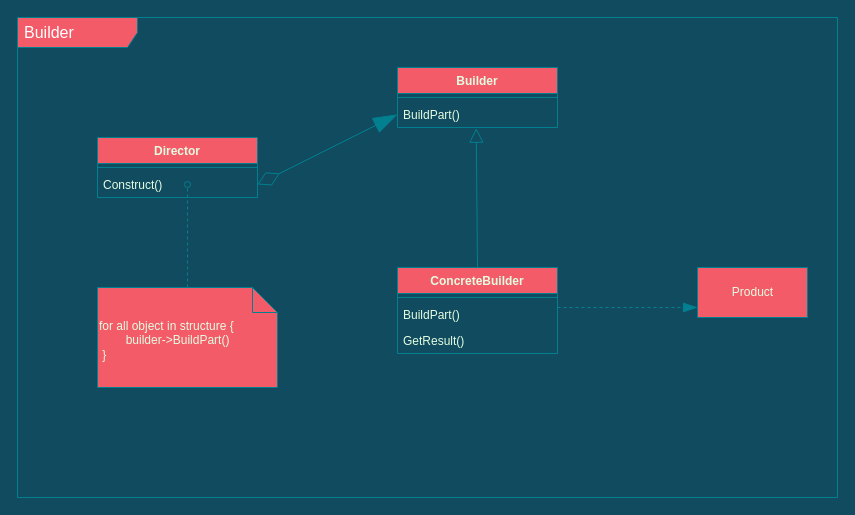
Above: rhca.drawio in fanyixuanf/rhca (draw.io), before the change. Source tidied: cells renumbered, new cells numbered last; positions are measured from the earlier drawing's top-left corner, leaving out a move shared by most shapes. Both pictures are drawn from the tidied source at 100%, with x=0, y=0 at pixel (17, 17).
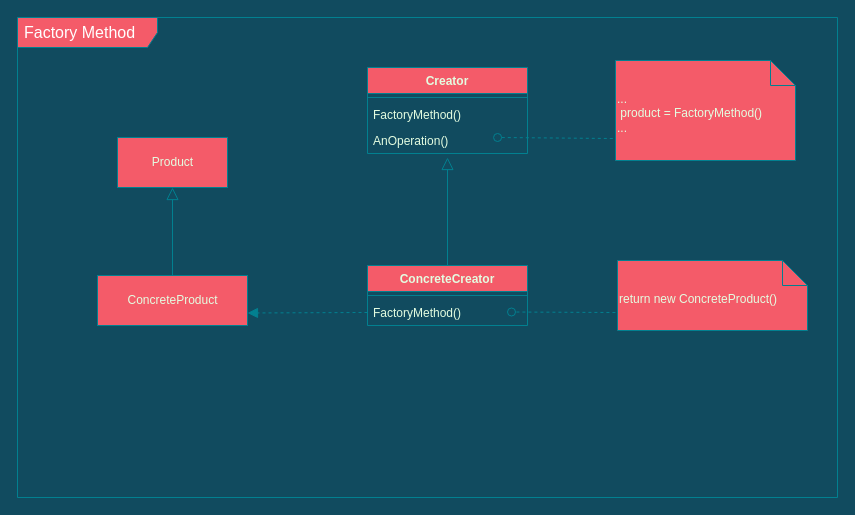
The same page after the edit.

Commit message (it also covers changes not shown here):
factory method func

What changed in the source:
```diff
@@
-    <mxCell id="2" value="&lt;span style=&quot;font-size: 16px&quot;&gt;&lt;font color=&quot;#ffffff&quot;&gt;Builder&lt;/font&gt;&lt;/span&gt;" style="shape=umlFrame;whiteSpace=wrap;html=1;width=120;height=30;boundedLbl=1;verticalAlign=middle;align=left;spacingLeft=5;fillColor=#F45B69;strokeColor=#028090;fontColor=#E4FDE1;" parent="1" vertex="1">
+    <mxCell id="2" value="&lt;span style=&quot;font-size: 16px&quot;&gt;&lt;font color=&quot;#ffffff&quot;&gt;Factory Method&lt;/font&gt;&lt;/span&gt;" style="shape=umlFrame;whiteSpace=wrap;html=1;width=140;height=30;boundedLbl=1;verticalAlign=middle;align=left;spacingLeft=5;fillColor=#F45B69;strokeColor=#028090;fontColor=#E4FDE1;" parent="1" vertex="1">
       <mxGeometry width="820" height="480" as="geometry" />
     </mxCell>
-    <mxCell id="3" value="Director" style="swimlane;fontStyle=1;align=center;verticalAlign=top;horizontal=1;startSize=26;fillColor=#F45B69;strokeColor=#028090;fontColor=#E4FDE1;" parent="1" vertex="1">
-      <mxGeometry x="80" y="120" width="160" height="60" as="geometry" />
-    </mxCell>
-    <mxCell id="4" style="line;strokeWidth=1;fillColor=none;align=left;verticalAlign=middle;spacingTop=-1;spacingLeft=3;spacingRight=3;labelPosition=right;labelBackgroundColor=#114B5F;strokeColor=#028090;fontColor=#E4FDE1;" parent="3" vertex="1">
-      <mxGeometry y="26" width="160" height="8" as="geometry" />
-    </mxCell>
-    <mxCell id="5" value="Construct()" style="text;strokeColor=none;fillColor=none;align=left;verticalAlign=top;spacingLeft=4;spacingRight=4;overflow=hidden;points=[[0,0.5],[1,0.5]];portConstraint=eastwest;fontColor=#E4FDE1;" parent="3" vertex="1">
-      <mxGeometry y="34" width="160" height="26" as="geometry" />
-    </mxCell>
-    <mxCell id="6" value="Builder" style="swimlane;fontStyle=1;align=center;verticalAlign=top;horizontal=1;startSize=26;fillColor=#F45B69;strokeColor=#028090;fontColor=#E4FDE1;" parent="1" vertex="1">
-      <mxGeometry x="380" y="50" width="160" height="60" as="geometry" />
+    <mxCell id="6" value="Creator" style="swimlane;fontStyle=1;align=center;verticalAlign=top;horizontal=1;startSize=26;fillColor=#F45B69;strokeColor=#028090;fontColor=#E4FDE1;" parent="1" vertex="1">
+      <mxGeometry x="350" y="50" width="160" height="86" as="geometry" />
     </mxCell>
-    <mxCell id="7" style="line;strokeWidth=1;fillColor=none;align=left;verticalAlign=middle;spacingTop=-1;spacingLeft=3;spacingRight=3;labelPosition=right;labelBackgroundColor=#114B5F;strokeColor=#028090;fontColor=#E4FDE1;" parent="6" vertex="1">
+    <mxCell id="7" style="line;strokeWidth=1;fillColor=none;align=left;verticalAlign=middle;spacingTop=-1;spacingLeft=3;spacingRight=3;labelPosition=right;strokeColor=#028090;fontColor=#E4FDE1;labelBackgroundColor=#114B5F;" parent="6" vertex="1">
       <mxGeometry y="26" width="160" height="8" as="geometry" />
     </mxCell>
-    <mxCell id="8" value="BuildPart()" style="text;strokeColor=none;fillColor=none;align=left;verticalAlign=top;spacingLeft=4;spacingRight=4;overflow=hidden;points=[[0,0.5],[1,0.5]];portConstraint=eastwest;fontColor=#E4FDE1;" parent="6" vertex="1">
+    <mxCell id="8" value="FactoryMethod()" style="text;strokeColor=none;fillColor=none;align=left;verticalAlign=top;spacingLeft=4;spacingRight=4;overflow=hidden;points=[[0,0.5],[1,0.5]];portConstraint=eastwest;fontColor=#E4FDE1;" parent="6" vertex="1">
       <mxGeometry y="34" width="160" height="26" as="geometry" />
     </mxCell>
+    <mxCell id="19" value="AnOperation()" style="text;strokeColor=none;fillColor=none;align=left;verticalAlign=top;spacingLeft=4;spacingRight=4;overflow=hidden;points=[[0,0.5],[1,0.5]];portConstraint=eastwest;fontColor=#E4FDE1;" parent="6" vertex="1">
+      <mxGeometry y="60" width="160" height="26" as="geometry" />
+    </mxCell>
-    <mxCell id="9" value="ConcreteBuilder" style="swimlane;fontStyle=1;align=center;verticalAlign=top;horizontal=1;startSize=26;fillColor=#F45B69;strokeColor=#028090;fontColor=#E4FDE1;" parent="1" vertex="1">
-      <mxGeometry x="380" y="250" width="160" height="86" as="geometry" />
+    <mxCell id="9" value="ConcreteCreator" style="swimlane;fontStyle=1;align=center;verticalAlign=top;horizontal=1;startSize=26;fillColor=#F45B69;strokeColor=#028090;fontColor=#E4FDE1;" parent="1" vertex="1">
+      <mxGeometry x="350" y="248" width="160" height="60" as="geometry" />
     </mxCell>
-    <mxCell id="10" style="line;strokeWidth=1;fillColor=none;align=left;verticalAlign=middle;spacingTop=-1;spacingLeft=3;spacingRight=3;labelPosition=right;labelBackgroundColor=#114B5F;strokeColor=#028090;fontColor=#E4FDE1;" parent="9" vertex="1">
+    <mxCell id="10" style="line;strokeWidth=1;fillColor=none;align=left;verticalAlign=middle;spacingTop=-1;spacingLeft=3;spacingRight=3;labelPosition=right;strokeColor=#028090;fontColor=#E4FDE1;labelBackgroundColor=#114B5F;" parent="9" vertex="1">
       <mxGeometry y="26" width="160" height="8" as="geometry" />
     </mxCell>
+    <mxCell id="20" style="endArrow=oval;dashed=1;endFill=0;endSize=8;html=1;rounded=0;exitX=-0.011;exitY=0.743;exitDx=0;exitDy=0;exitPerimeter=0;labelBackgroundColor=#114B5F;strokeColor=#028090;fontColor=#E4FDE1;" parent="9" edge="1" source="14">
+      <mxGeometry relative="1" as="geometry">
+        <mxPoint x="144" y="46.5" as="targetPoint" />
+      </mxGeometry>
+    </mxCell>
-    <mxCell id="11" value="BuildPart()" style="text;strokeColor=none;fillColor=none;align=left;verticalAlign=top;spacingLeft=4;spacingRight=4;overflow=hidden;points=[[0,0.5],[1,0.5]];portConstraint=eastwest;fontColor=#E4FDE1;" parent="9" vertex="1">
+    <mxCell id="11" value="FactoryMethod()" style="text;strokeColor=none;fillColor=none;align=left;verticalAlign=top;spacingLeft=4;spacingRight=4;overflow=hidden;points=[[0,0.5],[1,0.5]];portConstraint=eastwest;fontColor=#E4FDE1;" parent="9" vertex="1">
       <mxGeometry y="34" width="160" height="26" as="geometry" />
     </mxCell>
-    <mxCell id="12" value="GetResult()" style="text;strokeColor=none;fillColor=none;align=left;verticalAlign=top;spacingLeft=4;spacingRight=4;overflow=hidden;fontColor=#E4FDE1;" parent="9" vertex="1">
-      <mxGeometry y="60" width="160" height="26" as="geometry" />
-    </mxCell>
     <mxCell id="13" value="Product" style="html=1;rounded=0;sketch=0;fontColor=#E4FDE1;strokeColor=#028090;fillColor=#F45B69;" parent="1" vertex="1">
-      <mxGeometry x="680" y="250" width="110" height="50" as="geometry" />
+      <mxGeometry x="100" y="120" width="110" height="50" as="geometry" />
     </mxCell>
-    <mxCell id="14" value="for all object in structure {&lt;br&gt;&lt;span style=&quot;white-space: pre&quot;&gt;&#9;&lt;/span&gt;builder-&amp;gt;BuildPart()&lt;br&gt;&amp;nbsp;}" style="shape=note2;boundedLbl=1;whiteSpace=wrap;html=1;size=25;verticalAlign=top;align=left;rounded=0;sketch=0;fontColor=#E4FDE1;strokeColor=#028090;fillColor=#F45B69;" parent="1" vertex="1">
-      <mxGeometry x="80" y="270" width="180" height="100" as="geometry" />
+    <mxCell id="14" value="return new ConcreteProduct()" style="shape=note2;boundedLbl=1;whiteSpace=wrap;html=1;size=25;verticalAlign=top;align=left;rounded=0;sketch=0;fontColor=#E4FDE1;strokeColor=#028090;fillColor=#F45B69;" parent="1" vertex="1">
+      <mxGeometry x="600" y="243" width="190" height="70" as="geometry" />
     </mxCell>
-    <mxCell id="15" style="endArrow=block;endFill=0;endSize=12;html=1;rounded=1;sketch=0;fontColor=#E4FDE1;strokeColor=#028090;fillColor=#F45B69;curved=0;exitX=0.5;exitY=0;exitDx=0;exitDy=0;entryX=0.492;entryY=1.026;entryDx=0;entryDy=0;entryPerimeter=0;" parent="1" edge="1" source="9" target="8">
-      <mxGeometry relative="1" as="geometry" />
-    </mxCell>
-    <mxCell id="16" style="endArrow=blockThin;dashed=1;endFill=1;endSize=12;html=1;rounded=1;sketch=0;fontColor=#E4FDE1;strokeColor=#028090;fillColor=#F45B69;curved=0;" parent="1" edge="1">
-      <mxGeometry relative="1" as="geometry">
-        <mxPoint x="540" y="290" as="sourcePoint" />
-        <mxPoint x="680" y="290" as="targetPoint" />
-      </mxGeometry>
-    </mxCell>
-    <mxCell id="17" style="html=1;verticalAlign=bottom;labelBackgroundColor=none;endArrow=oval;endFill=0;dashed=1;rounded=1;sketch=0;fontColor=#E4FDE1;strokeColor=#028090;fillColor=#F45B69;curved=0;exitX=0.5;exitY=0;exitDx=0;exitDy=0;exitPerimeter=0;" parent="1" edge="1" source="14">
-      <mxGeometry relative="1" as="geometry">
-        <mxPoint x="170" y="167" as="targetPoint" />
-      </mxGeometry>
-    </mxCell>
-    <mxCell id="18" style="endArrow=blockThin;startArrow=diamondThin;endFill=1;startFill=0;endSize=22;html=1;rounded=1;sketch=0;fontColor=#E4FDE1;strokeColor=#028090;fillColor=#F45B69;curved=0;startSize=22;exitX=1;exitY=0.5;exitDx=0;exitDy=0;entryX=0;entryY=0.5;entryDx=0;entryDy=0;" parent="1" edge="1" source="5" target="8">
-      <mxGeometry relative="1" as="geometry" />
+    <mxCell id="18" value="ConcreteProduct" style="html=1;rounded=0;sketch=0;fontColor=#E4FDE1;strokeColor=#028090;fillColor=#F45B69;" parent="1" vertex="1">
+      <mxGeometry x="80" y="258" width="150" height="50" as="geometry" />
     </mxCell>
+    <mxCell id="21" value="...&amp;nbsp;&lt;br&gt;&amp;nbsp;product = FactoryMethod()&lt;br&gt;..." style="shape=note2;boundedLbl=1;whiteSpace=wrap;html=1;size=25;verticalAlign=top;align=left;rounded=0;sketch=0;fontColor=#E4FDE1;strokeColor=#028090;fillColor=#F45B69;" parent="1" vertex="1">
+      <mxGeometry x="598" y="43" width="180" height="100" as="geometry" />
+    </mxCell>
+    <mxCell id="22" style="endArrow=oval;dashed=1;endFill=0;endSize=8;html=1;rounded=0;exitX=-0.015;exitY=0.78;exitDx=0;exitDy=0;exitPerimeter=0;entryX=0.813;entryY=0.385;entryDx=0;entryDy=0;entryPerimeter=0;labelBackgroundColor=#114B5F;strokeColor=#028090;fontColor=#E4FDE1;" parent="1" edge="1" source="21" target="19">
+      <mxGeometry relative="1" as="geometry" />
+    </mxCell>
+    <mxCell id="23" style="html=1;verticalAlign=bottom;labelBackgroundColor=none;endArrow=block;endFill=1;dashed=1;rounded=0;endSize=8;exitX=0;exitY=0.5;exitDx=0;exitDy=0;entryX=1;entryY=0.75;entryDx=0;entryDy=0;strokeColor=#028090;fontColor=#E4FDE1;" parent="1" edge="1" source="11" target="18">
+      <mxGeometry relative="1" as="geometry" />
+    </mxCell>
+    <mxCell id="24" style="html=1;verticalAlign=bottom;labelBackgroundColor=none;endArrow=block;endFill=0;rounded=0;endSize=10;entryX=0.5;entryY=1;entryDx=0;entryDy=0;exitX=0.5;exitY=0;exitDx=0;exitDy=0;strokeColor=#028090;fontColor=#E4FDE1;" parent="1" edge="1" source="18" target="13">
+      <mxGeometry relative="1" as="geometry" />
+    </mxCell>
+    <mxCell id="25" style="html=1;verticalAlign=bottom;labelBackgroundColor=none;endArrow=block;endFill=0;rounded=0;endSize=10;exitX=0.5;exitY=0;exitDx=0;exitDy=0;strokeColor=#028090;fontColor=#E4FDE1;" parent="1" edge="1" source="9">
+      <mxGeometry relative="1" as="geometry">
+        <mxPoint x="430" y="140" as="targetPoint" />
+      </mxGeometry>
+    </mxCell>
```
